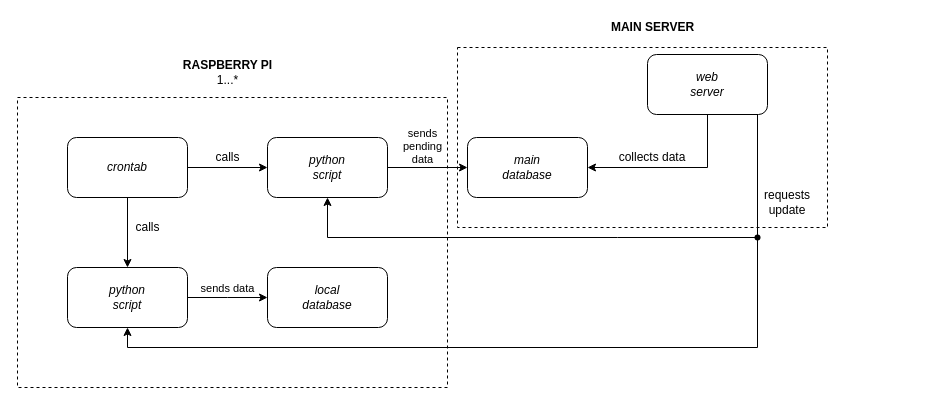
Earlier version of the draw.io diagram workflow/workflow.drawio (pedro-carmine/network-monitoring-raspberry). Source tidied: cells renumbered, new cells numbered last; positions are measured from the earlier drawing's top-left corner, leaving out a move shared by most shapes. Both pictures are drawn from the tidied source at 100%, with x=0, y=0 at pixel (17, 17).
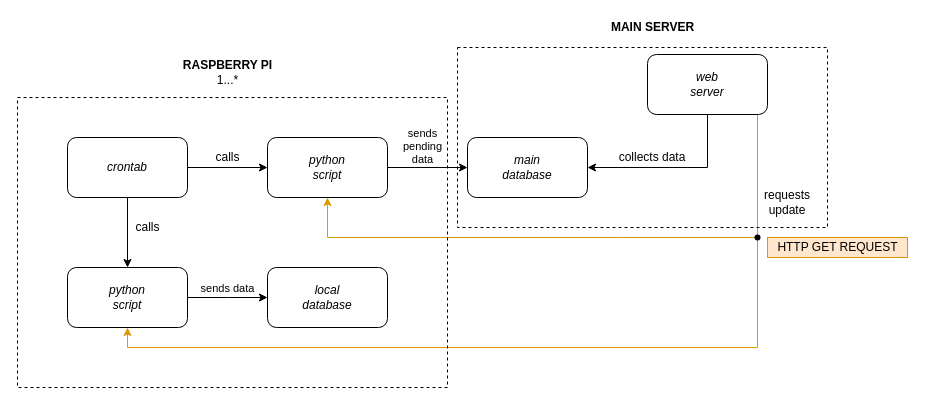
After the change.

Unchanged cells that the change refers to:
```xml
<mxCell id="7" value="python&lt;br&gt;script" style="rounded=1;whiteSpace=wrap;html=1;fontStyle=2;" parent="1" vertex="1">
  <mxGeometry x="50" y="250" width="120" height="60" as="geometry" />
</mxCell>
<mxCell id="11" value="python&lt;br&gt;script" style="rounded=1;whiteSpace=wrap;html=1;fontStyle=2;" parent="1" vertex="1">
  <mxGeometry x="250" y="120" width="120" height="60" as="geometry" />
</mxCell>
```

Change to the diagram source:
```diff
@@
-    <mxCell id="15" style="edgeStyle=orthogonalEdgeStyle;rounded=0;jettySize=auto;html=1;exitX=0.75;exitY=1;exitDx=0;exitDy=0;entryX=0.5;entryY=1;entryDx=0;entryDy=0;" parent="1" edge="1" target="7">
+    <mxCell id="15" style="edgeStyle=orthogonalEdgeStyle;rounded=0;jettySize=auto;html=1;exitX=0.75;exitY=1;exitDx=0;exitDy=0;entryX=0.5;entryY=1;entryDx=0;entryDy=0;fillColor=#ffe6cc;strokeColor=#d79b00;" parent="1" edge="1" target="7">
       <mxGeometry relative="1" as="geometry">
         <mxPoint x="740" y="80" as="sourcePoint" />
         <Array as="points">
           <mxPoint x="740" y="330" />
           <mxPoint x="110" y="330" />
         </Array>
       </mxGeometry>
     </mxCell>
@@
-    <mxCell id="20" style="endArrow=classic;html=1;rounded=0;entryX=0.5;entryY=1;entryDx=0;entryDy=0;" parent="1" edge="1" target="11">
+    <mxCell id="20" style="endArrow=classic;html=1;rounded=0;entryX=0.5;entryY=1;entryDx=0;entryDy=0;fillColor=#ffe6cc;strokeColor=#d79b00;" parent="1" edge="1" target="11">
       <mxGeometry relative="1" as="geometry">
         <mxPoint x="740" y="220" as="sourcePoint" />
         <Array as="points">
           <mxPoint x="600" y="220" />
           <mxPoint x="310" y="220" />
         </Array>
       </mxGeometry>
     </mxCell>
@@
+    <mxCell id="26" value="HTTP GET REQUEST" style="text;html=1;align=center;verticalAlign=middle;strokeColor=#d79b00;fillColor=#ffe6cc;" parent="1" vertex="1">
+      <mxGeometry x="750" y="220" width="140" height="20" as="geometry" />
+    </mxCell>
```
